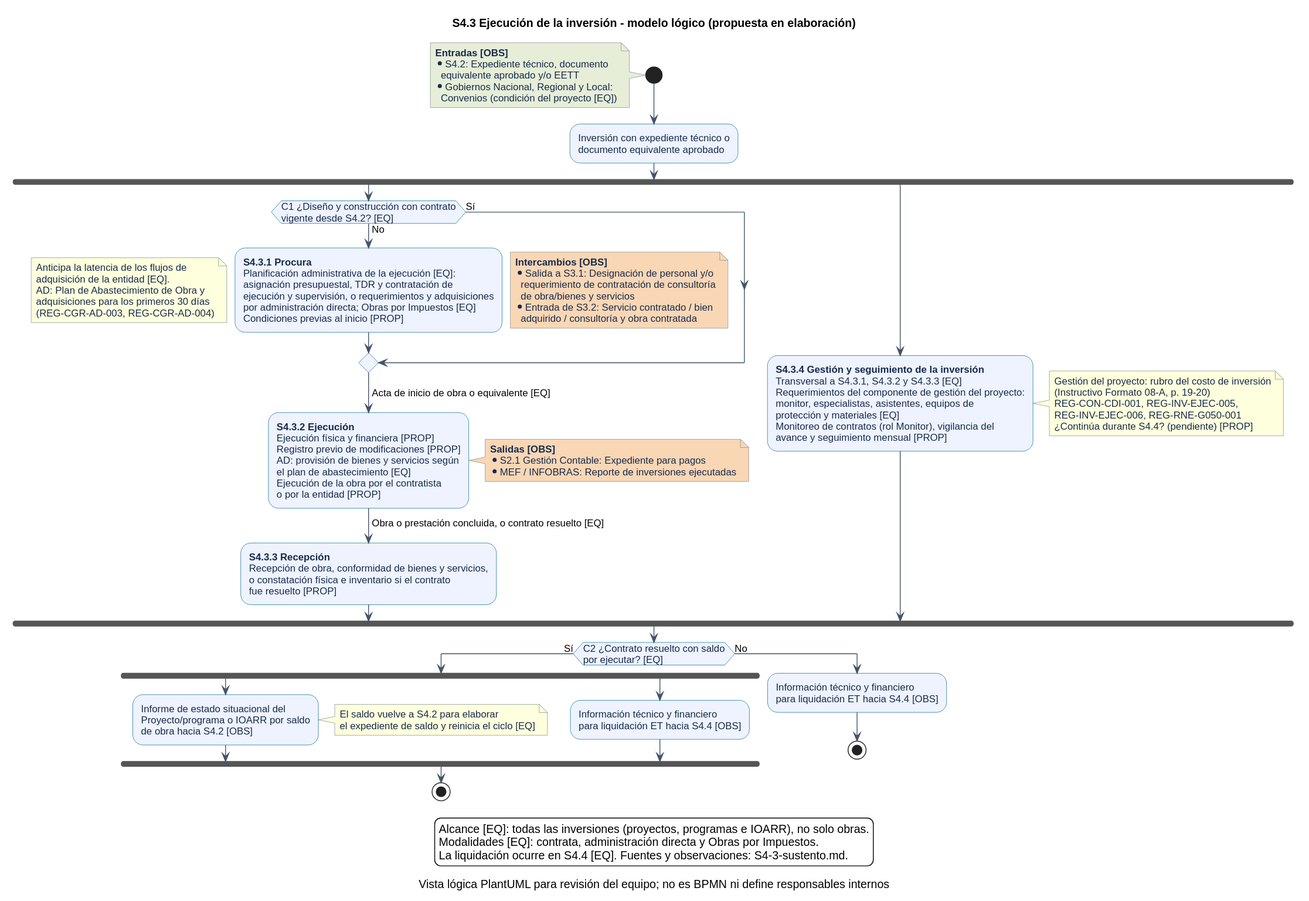
benjy2976/modelado-procesos keeps this PlantUML diagram as 02-procesos/S4-gestion-de-las-inversiones/S4-3-ejecucion-inversion/S4-3-diagrama-proceso-logico.svg. Above is the earlier version. Its source is kept beside it as 02-procesos/S4-gestion-de-las-inversiones/S4-3-ejecucion-inversion/S4-3-diagrama-proceso-logico.puml.
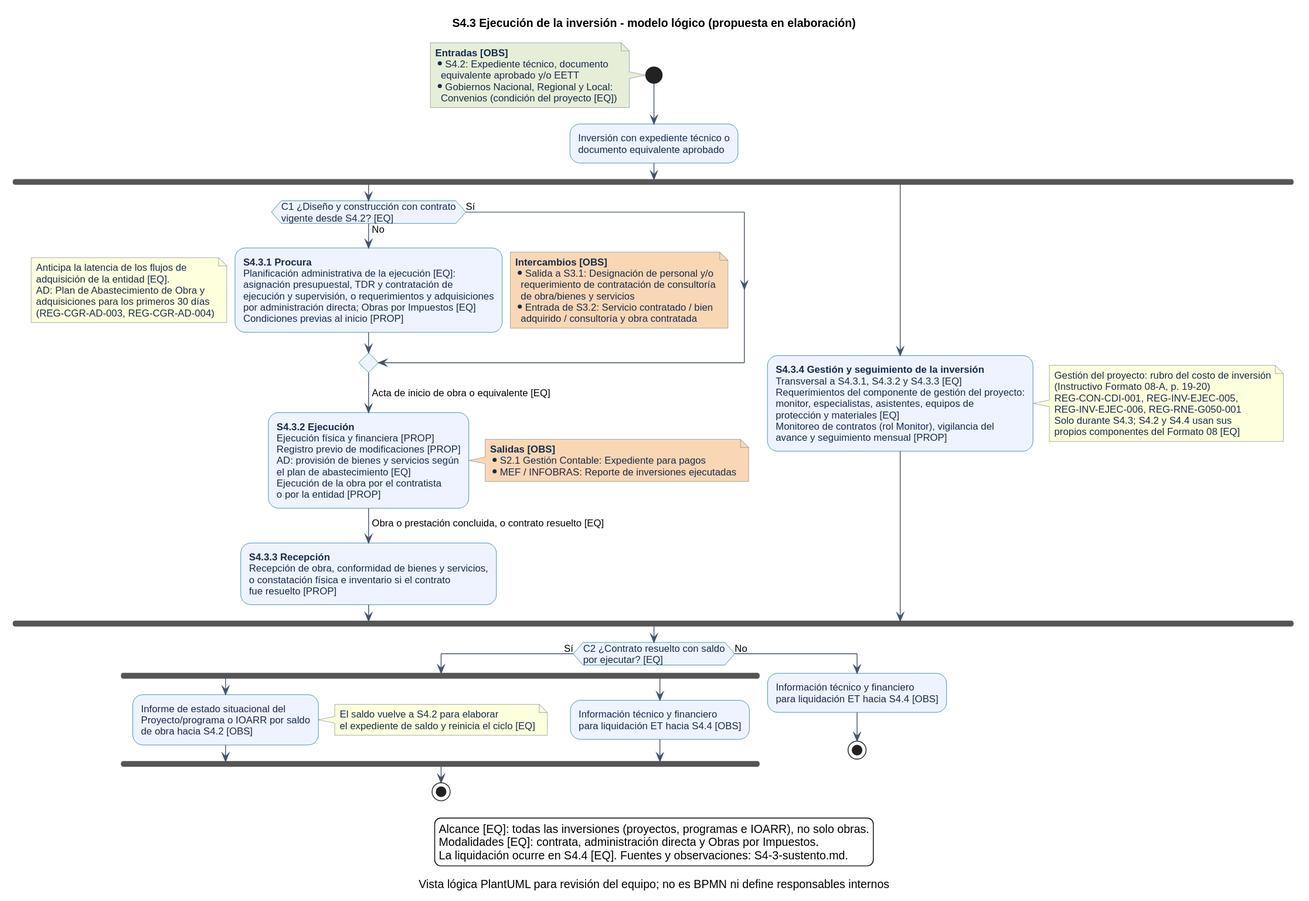
Above is the later version.

The edit, as a diff of the source:
```diff
@@ -90,7 +90,8 @@
     (Instructivo Formato 08-A, p. 19-20)
     REG-CON-CDI-001, REG-INV-EJEC-005,
     REG-INV-EJEC-006, REG-RNE-G050-001
-    ¿Continúa durante S4.4? (pendiente) [PROP]
+    Solo durante S4.3; S4.2 y S4.4 usan sus
+    propios componentes del Formato 08 [EQ]
   end note
 end fork
 
```
